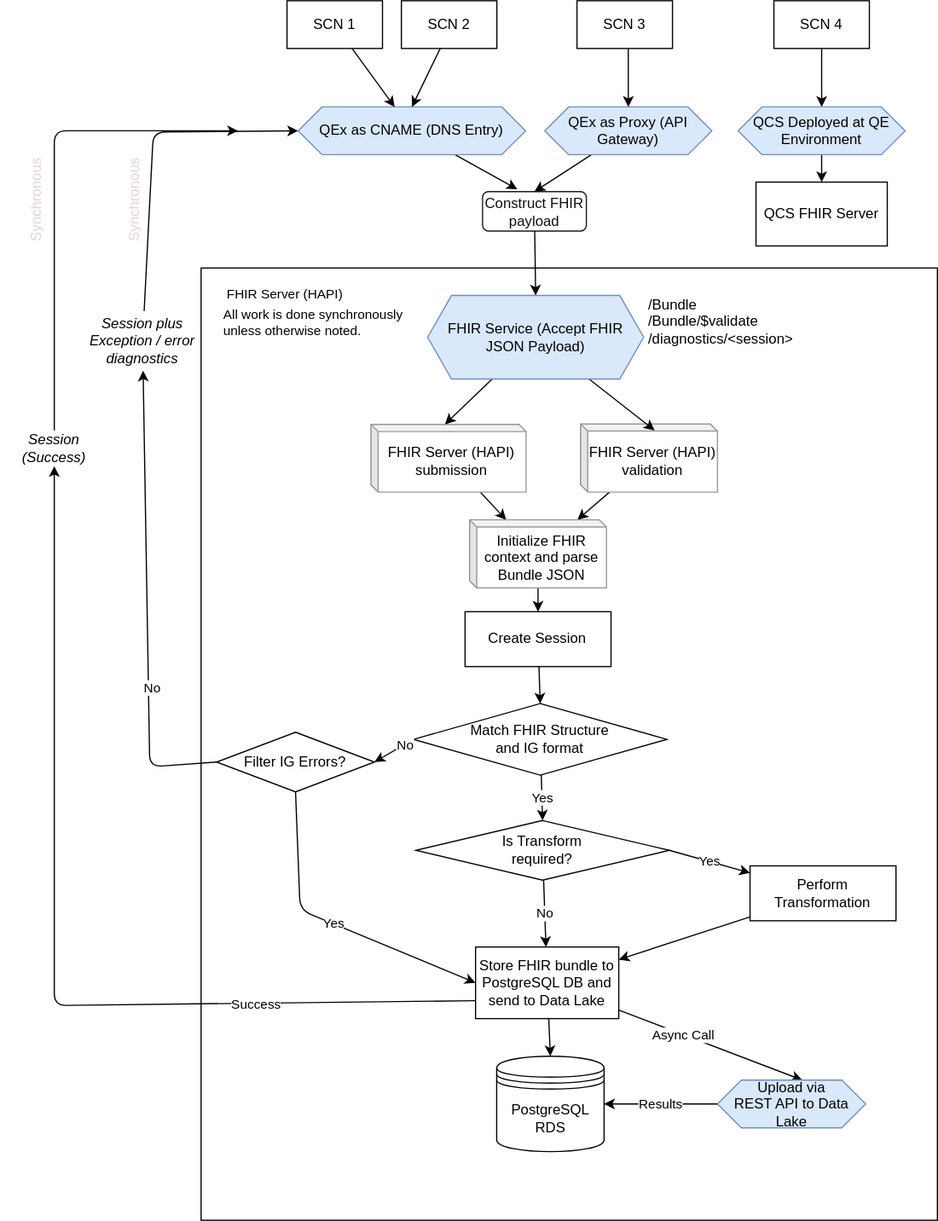
qe-collaborative-services/1115-hub keeps this draw.io diagram as support/docs/qcs-fhir-service.drawio.svg. Above is the earlier version. Source tidied: cells renumbered, new cells last; positions are measured from the earlier drawing's top-left corner, leaving out a move shared by most shapes.
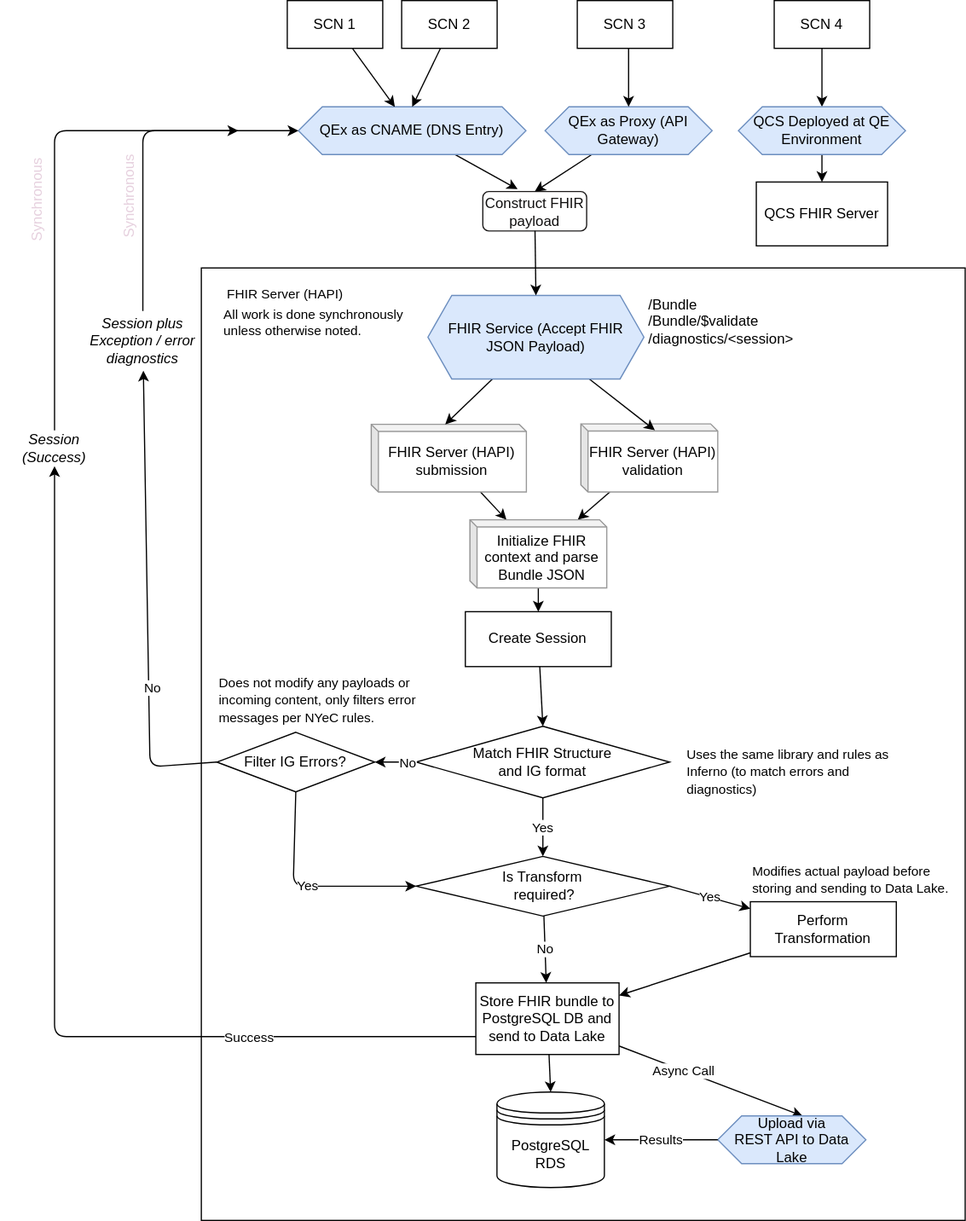
Later version of the same file.

Commit message:
docs: modify flows for accuracy

The edit, as a diff of the source:
```diff
@@ -11,7 +11,7 @@
     <mxCell id="4" style="edgeStyle=none;html=1;entryX=0;entryY=0.5;entryDx=0;entryDy=0;fontColor=#999999;" parent="1" edge="1" source="5" target="3">
       <mxGeometry relative="1" as="geometry">
         <Array as="points">
-          <mxPoint x="145" y="110" />
+          <mxPoint x="136" y="109" />
         </Array>
       </mxGeometry>
     </mxCell>
@@ -22,7 +22,7 @@
       <mxGeometry x="420.9" y="160" width="87" height="33" as="geometry" />
     </mxCell>
     <mxCell id="7" style="html=1;whiteSpace=wrap;" parent="1" vertex="1">
-      <mxGeometry x="185" y="224" width="617" height="798" as="geometry" />
+      <mxGeometry x="185" y="224" width="640" height="798" as="geometry" />
     </mxCell>
     <mxCell id="8" style="edgeStyle=none;html=1;fontColor=#000000;" parent="7" edge="1" source="9" target="20">
       <mxGeometry relative="1" as="geometry" />
@@ -37,7 +37,7 @@
       <mxGeometry x="318" y="130.6" width="114.7" height="57.1" as="geometry" />
     </mxCell>
     <mxCell id="12" value="Match FHIR Structure&lt;br&gt;and IG format" style="rhombus;whiteSpace=wrap;html=1;" parent="7" vertex="1">
-      <mxGeometry x="178" y="365" width="212.3" height="60" as="geometry" />
+      <mxGeometry x="180" y="384" width="212.3" height="60" as="geometry" />
     </mxCell>
     <mxCell id="13" value="Yes" style="edgeStyle=none;html=1;entryX=0.5;entryY=0;entryDx=0;entryDy=0;" parent="7" edge="1" source="12" target="35">
       <mxGeometry relative="1" as="geometry" />
@@ -57,7 +57,7 @@
       <mxGeometry x="-0.3" relative="1" as="geometry" />
     </mxCell>
     <mxCell id="18" value="Store FHIR bundle to PostgreSQL DB and send to Data Lake" style="rounded=0;whiteSpace=wrap;html=1;" parent="7" vertex="1">
-      <mxGeometry x="230" y="569" width="120" height="60" as="geometry" />
+      <mxGeometry x="230" y="599" width="120" height="60" as="geometry" />
     </mxCell>
     <mxCell id="19" style="edgeStyle=none;html=1;fontColor=#000000;" parent="7" edge="1" source="20" target="39">
       <mxGeometry relative="1" as="geometry" />
@@ -66,10 +66,10 @@
       <mxGeometry x="225" y="211" width="114.7" height="57.1" as="geometry" />
     </mxCell>
     <mxCell id="21" value="PostgreSQL RDS" style="shape=datastore;whiteSpace=wrap;html=1;" parent="7" vertex="1">
-      <mxGeometry x="247.7" y="660.5" width="90" height="80" as="geometry" />
+      <mxGeometry x="247.7" y="690.5" width="90" height="80" as="geometry" />
     </mxCell>
     <mxCell id="22" value="Upload via&lt;br&gt;REST API to Data Lake" style="shape=hexagon;perimeter=hexagonPerimeter2;whiteSpace=wrap;html=1;fixedSize=1;fillColor=#dae8fc;strokeColor=#6c8ebf;" parent="7" vertex="1">
-      <mxGeometry x="432.7" y="680.5" width="124.2" height="40" as="geometry" />
+      <mxGeometry x="432.7" y="710.5" width="124.2" height="40" as="geometry" />
     </mxCell>
     <mxCell id="23" style="edgeStyle=none;html=1;entryX=0.541;entryY=0.094;entryDx=0;entryDy=0;entryPerimeter=0;" parent="7" edge="1" source="25" target="11">
       <mxGeometry relative="1" as="geometry" />
@@ -86,10 +86,10 @@
     <mxCell id="27" value="Filter IG Errors?" style="rhombus;whiteSpace=wrap;html=1;" parent="7" vertex="1">
       <mxGeometry x="13" y="389" width="132.3" height="50" as="geometry" />
     </mxCell>
-    <mxCell id="28" value="Yes" style="edgeStyle=none;html=1;entryX=0;entryY=0.5;entryDx=0;entryDy=0;exitX=0.5;exitY=1;exitDx=0;exitDy=0;" parent="7" edge="1" source="27" target="18">
+    <mxCell id="28" value="Yes" style="edgeStyle=none;html=1;entryX=0;entryY=0.5;entryDx=0;entryDy=0;exitX=0.5;exitY=1;exitDx=0;exitDy=0;" parent="7" edge="1" source="27" target="35">
       <mxGeometry relative="1" as="geometry">
         <Array as="points">
-          <mxPoint x="83" y="538" />
+          <mxPoint x="77" y="518" />
         </Array>
       </mxGeometry>
     </mxCell>
@@ -112,13 +112,13 @@
       <mxGeometry relative="1" as="geometry" />
     </mxCell>
     <mxCell id="35" value="Is Transform&lt;br&gt;&amp;nbsp;required?" style="rhombus;whiteSpace=wrap;html=1;" parent="7" vertex="1">
-      <mxGeometry x="180" y="463" width="212.3" height="50" as="geometry" />
+      <mxGeometry x="180" y="493" width="212.3" height="50" as="geometry" />
     </mxCell>
     <mxCell id="36" style="edgeStyle=none;html=1;" parent="7" edge="1" source="37" target="18">
       <mxGeometry relative="1" as="geometry" />
     </mxCell>
     <mxCell id="37" value="Perform Transformation" style="rounded=0;whiteSpace=wrap;html=1;" parent="7" vertex="1">
-      <mxGeometry x="460" y="501" width="122.3" height="46" as="geometry" />
+      <mxGeometry x="460" y="531" width="122.3" height="46" as="geometry" />
     </mxCell>
     <mxCell id="38" style="edgeStyle=none;html=1;entryX=0.5;entryY=0;entryDx=0;entryDy=0;" parent="7" edge="1" source="39" target="12">
       <mxGeometry relative="1" as="geometry" />
@@ -126,6 +126,15 @@
     <mxCell id="39" value="Create Session" style="rounded=0;whiteSpace=wrap;html=1;" parent="7" vertex="1">
       <mxGeometry x="221.2" y="288" width="122.3" height="46" as="geometry" />
     </mxCell>
+    <mxCell id="62" value="&lt;div style=&quot;&quot;&gt;&lt;span style=&quot;font-size: 11px; text-wrap: nowrap; background-color: rgb(255, 255, 255);&quot;&gt;Uses the same library and rules as&lt;/span&gt;&lt;/div&gt;&lt;div style=&quot;&quot;&gt;&lt;span style=&quot;font-size: 11px; text-wrap: nowrap; background-color: rgb(255, 255, 255);&quot;&gt;Inferno (to&amp;nbsp;&lt;/span&gt;&lt;span style=&quot;background-color: rgb(255, 255, 255); font-size: 11px; text-wrap: nowrap;&quot;&gt;match errors and&amp;nbsp;&lt;/span&gt;&lt;/div&gt;&lt;div style=&quot;&quot;&gt;&lt;span style=&quot;background-color: rgb(255, 255, 255); font-size: 11px; text-wrap: nowrap;&quot;&gt;diagnostics)&lt;/span&gt;&lt;/div&gt;" style="text;whiteSpace=wrap;html=1;align=left;" parent="7" vertex="1">
+      <mxGeometry x="404.8" y="394" width="180" height="50" as="geometry" />
+    </mxCell>
+    <mxCell id="63" value="&lt;div style=&quot;&quot;&gt;&lt;span style=&quot;font-size: 11px; text-wrap: nowrap; background-color: rgb(255, 255, 255);&quot;&gt;Does not modify any payloads or&lt;/span&gt;&lt;/div&gt;&lt;div style=&quot;&quot;&gt;&lt;span style=&quot;font-size: 11px; text-wrap: nowrap; background-color: rgb(255, 255, 255);&quot;&gt;incoming content, only filters error&lt;/span&gt;&lt;/div&gt;&lt;div style=&quot;&quot;&gt;&lt;span style=&quot;font-size: 11px; text-wrap: nowrap; background-color: rgb(255, 255, 255);&quot;&gt;messages per NYeC rules.&lt;/span&gt;&lt;/div&gt;" style="text;whiteSpace=wrap;html=1;align=left;" parent="7" vertex="1">
+      <mxGeometry x="13" y="334" width="180" height="50" as="geometry" />
+    </mxCell>
+    <mxCell id="64" value="&lt;div style=&quot;&quot;&gt;&lt;span style=&quot;font-size: 11px; text-wrap: nowrap; background-color: rgb(255, 255, 255);&quot;&gt;Modifies actual payload before&lt;/span&gt;&lt;/div&gt;&lt;div style=&quot;&quot;&gt;&lt;span style=&quot;font-size: 11px; text-wrap: nowrap; background-color: rgb(255, 255, 255);&quot;&gt;storing and sending to Data Lake.&lt;/span&gt;&lt;/div&gt;" style="text;whiteSpace=wrap;html=1;align=left;" parent="7" vertex="1">
+      <mxGeometry x="460" y="492" width="180" height="39" as="geometry" />
+    </mxCell>
     <mxCell id="40" style="edgeStyle=none;html=1;fontColor=#000000;exitX=0;exitY=0.5;exitDx=0;exitDy=0;" parent="1" edge="1" source="27" target="5">
       <mxGeometry relative="1" as="geometry">
         <Array as="points">
@@ -196,7 +205,7 @@
     <mxCell id="58" style="edgeStyle=none;html=1;fontColor=#000000;exitX=0;exitY=0.75;exitDx=0;exitDy=0;entryX=0.5;entryY=1;entryDx=0;entryDy=0;" parent="1" edge="1" source="18" target="57">
       <mxGeometry relative="1" as="geometry">
         <Array as="points">
-          <mxPoint x="62" y="842" />
+          <mxPoint x="62" y="868" />
         </Array>
       </mxGeometry>
     </mxCell>
@@ -207,7 +216,7 @@
       <mxGeometry y="152" width="95" height="30" as="geometry" />
     </mxCell>
     <mxCell id="61" value="Synchronous" style="text;html=1;align=center;verticalAlign=middle;whiteSpace=wrap;rounded=0;rotation=-90;fontColor=#E6D0DE;" parent="1" vertex="1">
-      <mxGeometry x="82" y="152" width="95" height="30" as="geometry" />
+      <mxGeometry x="74.5" y="154.5" width="100" height="20" as="geometry" />
     </mxCell>
   </root>
 </mxGraphModel>
```
